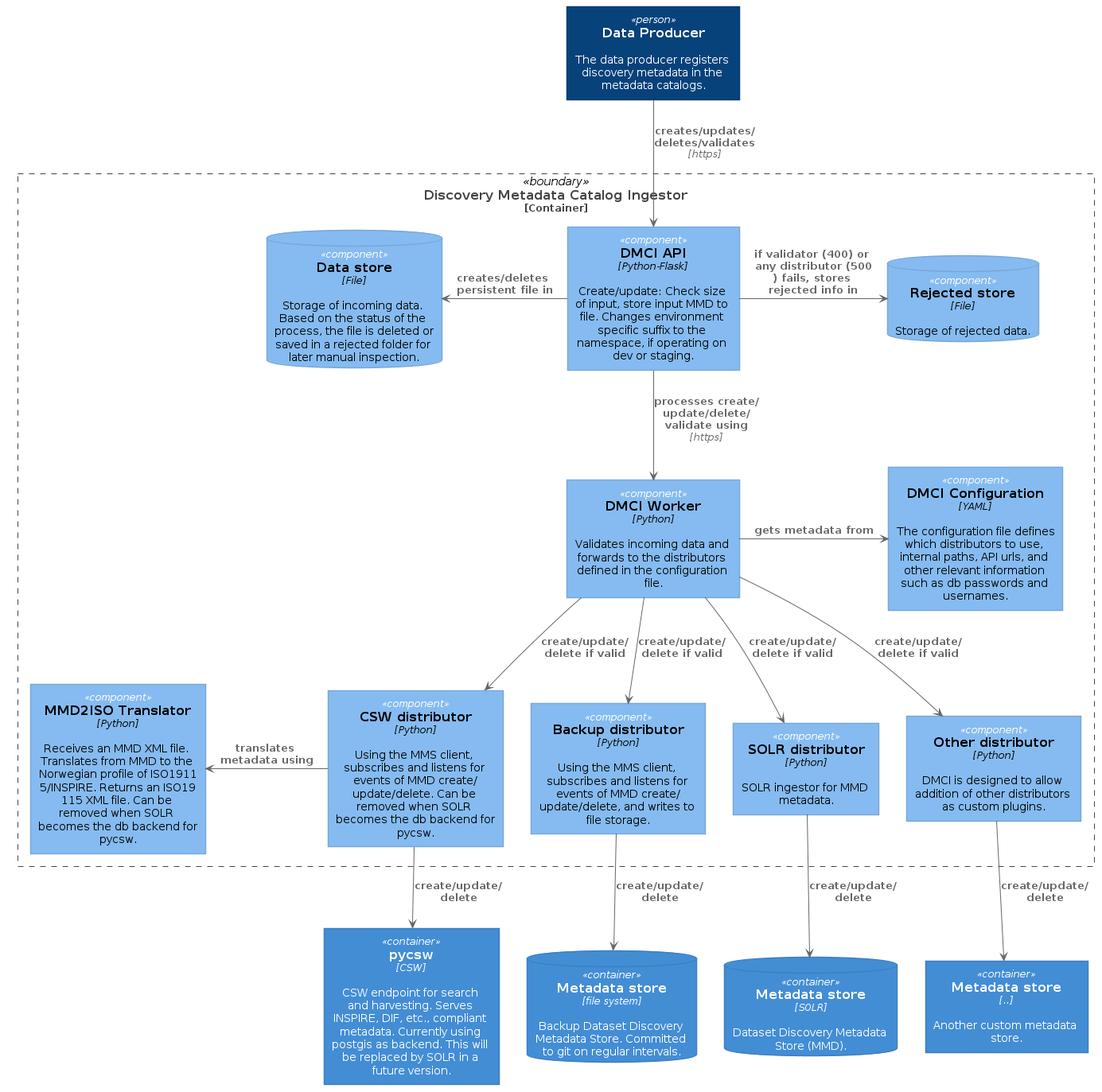
Above: dmci-component-diagram.png in metno/discovery-metadata-catalog-ingestor (PlantUML), before the change. The source it was exported from:
```plantuml
@startuml dmci-component-diagram





skinparam defaultTextAlignment center

skinparam wrapWidth 200
skinparam maxMessageSize 150

skinparam rectangle {
    StereotypeFontSize 12
    shadowing false
}

skinparam database {
    StereotypeFontSize 12
    shadowing false
}

skinparam Arrow {
    Color #666666
    FontColor #666666
    FontSize 12
}

skinparam rectangle<<boundary>> {
    Shadowing false
    StereotypeFontSize 0
    FontColor #444444
    BorderColor #444444
    BorderStyle dashed
}






















skinparam rectangle<<person>> {
    StereotypeFontColor #FFFFFF
    FontColor #FFFFFF
    BackgroundColor #08427B
    BorderColor #073B6F
}

skinparam rectangle<<external_person>> {
    StereotypeFontColor #FFFFFF
    FontColor #FFFFFF
    BackgroundColor #686868
    BorderColor #8A8A8A
}

skinparam rectangle<<system>> {
    StereotypeFontColor #FFFFFF
    FontColor #FFFFFF
    BackgroundColor #1168BD
    BorderColor #3C7FC0
}

skinparam rectangle<<external_system>> {
    StereotypeFontColor #FFFFFF
    FontColor #FFFFFF
    BackgroundColor #999999
    BorderColor #8A8A8A
}

skinparam database<<system>> {
    StereotypeFontColor #FFFFFF
    FontColor #FFFFFF
    BackgroundColor #1168BD
    BorderColor #3C7FC0
}

skinparam database<<external_system>> {
    StereotypeFontColor #FFFFFF
    FontColor #FFFFFF
    BackgroundColor #999999
    BorderColor #8A8A8A
}
















skinparam rectangle<<container>> {
    StereotypeFontColor #FFFFFF
    FontColor #FFFFFF
    BackgroundColor #438DD5
    BorderColor #3C7FC0
}

skinparam database<<container>> {
    StereotypeFontColor #FFFFFF
    FontColor #FFFFFF
    BackgroundColor #438DD5
    BorderColor #3C7FC0
}












skinparam rectangle<<component>> {
    StereotypeFontColor #FFFFFF
    FontColor #000000
    BackgroundColor #85BBF0
    BorderColor #78A8D8
}

skinparam database<<component>> {
    StereotypeFontColor #FFFFFF
    FontColor #000000
    BackgroundColor #85BBF0
    BorderColor #78A8D8
}






rectangle "==Data Producer\n\n The data producer registers discovery metadata in the metadata catalogs." <<person>> as producer

database "==Metadata store\n//<size:12>[file system]</size>//\n\n Backup Dataset Discovery Metadata Store. Committed to git on regular intervals." <<container>> as file
database "==Metadata store\n//<size:12>[SOLR]</size>//\n\n Dataset Discovery Metadata Store (MMD)." <<container>> as solr
rectangle "==pycsw\n//<size:12>[CSW]</size>//\n\n CSW endpoint for search and harvesting. Serves INSPIRE, DIF, etc., compliant metadata. Currently using postgis as backend. This will be replaced by SOLR in a future version." <<container>> as csapi
rectangle "==Metadata store\n//<size:12>[..]</size>//\n\n Another custom metadata store." <<container>> as other

rectangle "==Discovery Metadata Catalog Ingestor\n<size:12>[Container]</size>" <<boundary>> as dmci{
  rectangle "==DMCI API\n//<size:12>[Python-Flask]</size>//\n\n Create/update: Check size of input, store input MMD to file. Changes environment specific suffix to the namespace, if operating on dev or staging." <<component>> as api

  database "==Data store\n//<size:12>[File]</size>//\n\n Storage of incoming data. Based on the status of the process, the file is deleted or saved in a rejected folder for later manual inspection." <<component>> as db

  rectangle "==DMCI Worker\n//<size:12>[Python]</size>//\n\n Validates incoming data and forwards to the distributors defined in the configuration file." <<component>> as worker

  rectangle "==DMCI Configuration\n//<size:12>[YAML]</size>//\n\n The configuration file defines which distributors to use, internal paths, API urls, and other relevant information such as db passwords and usernames." <<component>> as config

  rectangle "==Backup distributor\n//<size:12>[Python]</size>//\n\n Using the MMS client, subscribes and listens for events of MMD create/update/delete, and writes to file storage." <<component>> as filedist
  rectangle "==SOLR distributor\n//<size:12>[Python]</size>//\n\n SOLR ingestor for MMD metadata." <<component>> as solrdist
  rectangle "==CSW distributor\n//<size:12>[Python]</size>//\n\n Using the MMS client, subscribes and listens for events of MMD create/update/delete. Can be removed when SOLR becomes the db backend for pycsw." <<component>> as cswdist
  rectangle "==Other distributor\n//<size:12>[Python]</size>//\n\n DMCI is designed to allow addition of other distributors as custom plugins." <<component>> as plugin

  rectangle "==MMD2ISO Translator\n//<size:12>[Python]</size>//\n\n Receives an MMD XML file. Translates from MMD to the Norwegian profile of ISO19115/INSPIRE. Returns an ISO19115 XML file. Can be removed when SOLR becomes the db backend for pycsw." <<component>> as translator

  database "==Rejected store\n//<size:12>[File]</size>//\n\n Storage of rejected data." <<component>> as rejected
}

producer --> api : "===creates/updates/deletes/validates\n//<size:12>[https]</size>//"
api -LEFT-> db : "===creates/deletes persistent file in"
api -RIGHT-> rejected : "===if validator (400) or any distributor (500) fails, stores rejected info in"
api --> worker : "===processes create/update/delete/validate using\n//<size:12>[https]</size>//"

worker -RIGHT-> config : "===gets metadata from"
worker --> filedist : "===create/update/delete if valid"
worker --> solrdist : "===create/update/delete if valid"
worker --> cswdist : "===create/update/delete if valid"
worker --> plugin : "===create/update/delete if valid"

cswdist -LEFT-> translator : "===translates metadata using"

filedist --> file : "===create/update/delete"
solrdist --> solr : "===create/update/delete"
cswdist --> csapi : "===create/update/delete"
plugin --> other : "===create/update/delete"

@enduml
```
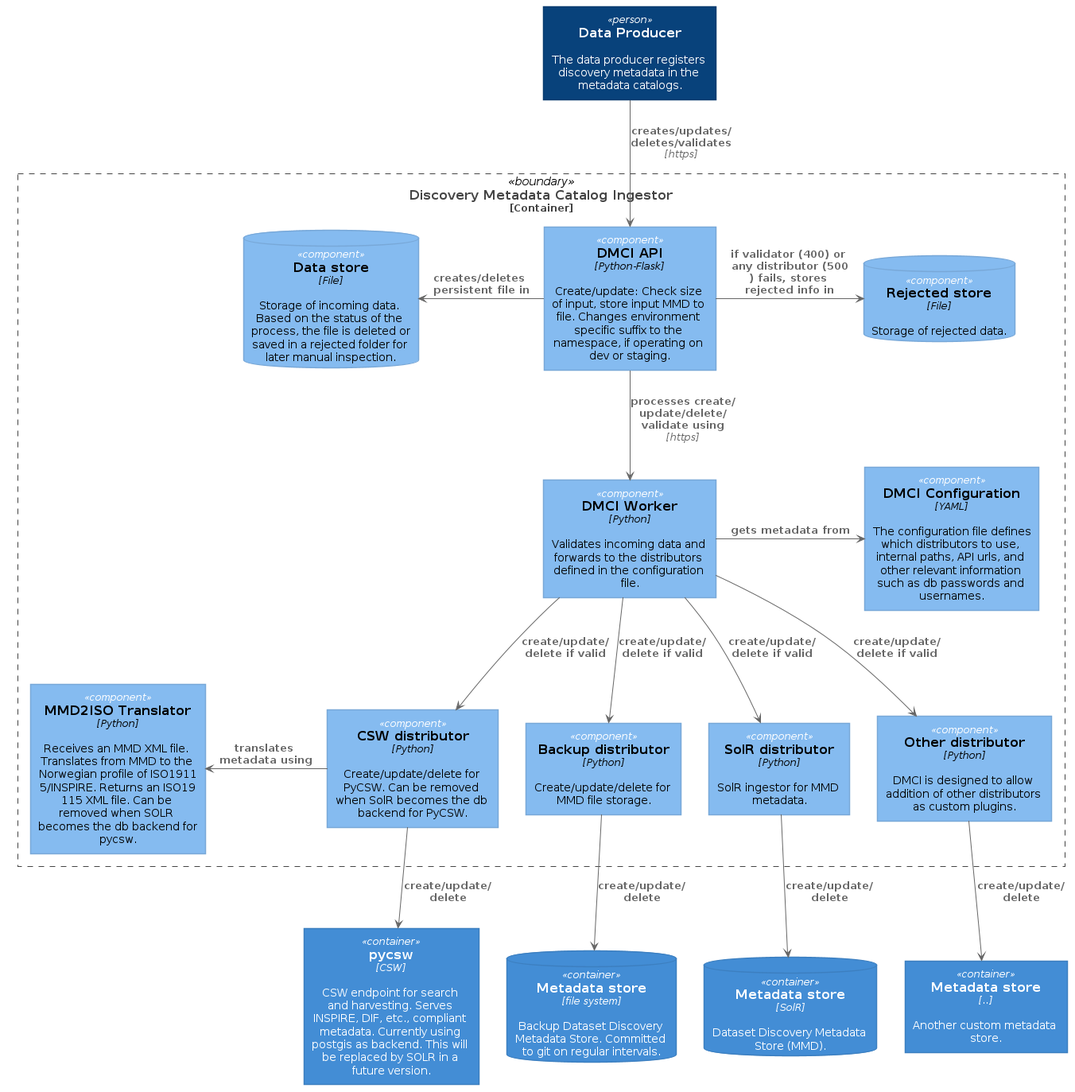
After the commit.

What changed in the source:
```diff
@@ -158,7 +158,7 @@
 rectangle "==Data Producer\n\n The data producer registers discovery metadata in the metadata catalogs." <<person>> as producer
 
 database "==Metadata store\n//<size:12>[file system]</size>//\n\n Backup Dataset Discovery Metadata Store. Committed to git on regular intervals." <<container>> as file
-database "==Metadata store\n//<size:12>[SOLR]</size>//\n\n Dataset Discovery Metadata Store (MMD)." <<container>> as solr
+database "==Metadata store\n//<size:12>[SolR]</size>//\n\n Dataset Discovery Metadata Store (MMD)." <<container>> as solr
 rectangle "==pycsw\n//<size:12>[CSW]</size>//\n\n CSW endpoint for search and harvesting. Serves INSPIRE, DIF, etc., compliant metadata. Currently using postgis as backend. This will be replaced by SOLR in a future version." <<container>> as csapi
 rectangle "==Metadata store\n//<size:12>[..]</size>//\n\n Another custom metadata store." <<container>> as other
 
@@ -171,9 +171,9 @@
 
   rectangle "==DMCI Configuration\n//<size:12>[YAML]</size>//\n\n The configuration file defines which distributors to use, internal paths, API urls, and other relevant information such as db passwords and usernames." <<component>> as config
 
-  rectangle "==Backup distributor\n//<size:12>[Python]</size>//\n\n Using the MMS client, subscribes and listens for events of MMD create/update/delete, and writes to file storage." <<component>> as filedist
-  rectangle "==SOLR distributor\n//<size:12>[Python]</size>//\n\n SOLR ingestor for MMD metadata." <<component>> as solrdist
-  rectangle "==CSW distributor\n//<size:12>[Python]</size>//\n\n Using the MMS client, subscribes and listens for events of MMD create/update/delete. Can be removed when SOLR becomes the db backend for pycsw." <<component>> as cswdist
+  rectangle "==Backup distributor\n//<size:12>[Python]</size>//\n\n Create/update/delete for MMD file storage." <<component>> as filedist
+  rectangle "==SolR distributor\n//<size:12>[Python]</size>//\n\n SolR ingestor for MMD metadata." <<component>> as solrdist
+  rectangle "==CSW distributor\n//<size:12>[Python]</size>//\n\n Create/update/delete for PyCSW. Can be removed when SolR becomes the db backend for PyCSW." <<component>> as cswdist
   rectangle "==Other distributor\n//<size:12>[Python]</size>//\n\n DMCI is designed to allow addition of other distributors as custom plugins." <<component>> as plugin
 
   rectangle "==MMD2ISO Translator\n//<size:12>[Python]</size>//\n\n Receives an MMD XML file. Translates from MMD to the Norwegian profile of ISO19115/INSPIRE. Returns an ISO19115 XML file. Can be removed when SOLR becomes the db backend for pycsw." <<component>> as translator
```
